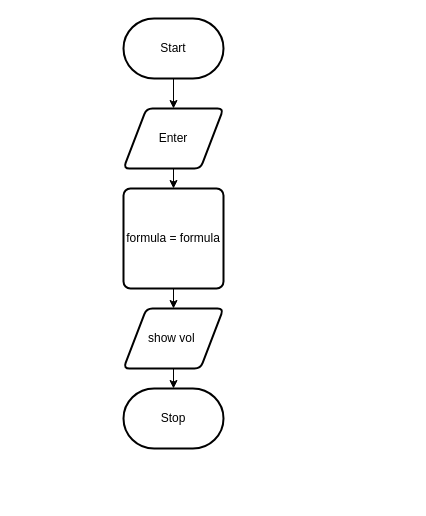
Above: design/flowchart.drawio in Johanna-liu16/ICS2O-Unit-5-05-JS (draw.io), before the change. Source tidied: cells renumbered, new cells numbered last; positions are measured from the earlier drawing's top-left corner, leaving out a move shared by most shapes. Both pictures are drawn from the tidied source at 100%, with x=0, y=0 at pixel (123, 18).
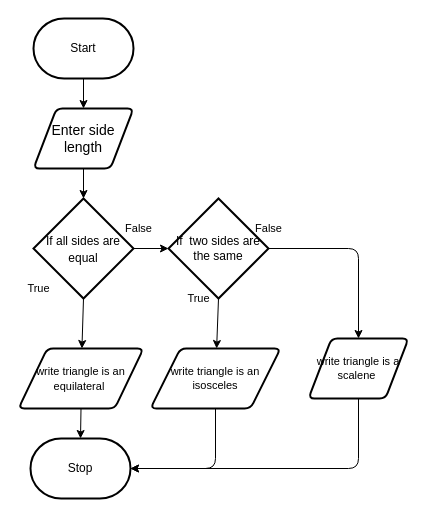
After the change.

The edit, as a diff of the source:
```diff
@@
     <mxCell id="3" value="Start" style="strokeWidth=2;html=1;shape=mxgraph.flowchart.terminator;whiteSpace=wrap;" parent="1" vertex="1">
-      <mxGeometry width="100" height="60" as="geometry" />
+      <mxGeometry x="-90" width="100" height="60" as="geometry" />
     </mxCell>
-    <mxCell id="4" style="edgeStyle=none;html=1;exitX=0.5;exitY=1;exitDx=0;exitDy=0;" parent="1" edge="1" source="5" target="7">
+    <mxCell id="4" style="edgeStyle=none;html=1;exitX=0.5;exitY=1;exitDx=0;exitDy=0;entryX=0.5;entryY=0;entryDx=0;entryDy=0;entryPerimeter=0;" parent="1" edge="1" source="5" target="13">
       <mxGeometry relative="1" as="geometry" />
     </mxCell>
-    <mxCell id="5" value="Enter" style="shape=parallelogram;html=1;strokeWidth=2;perimeter=parallelogramPerimeter;whiteSpace=wrap;rounded=1;arcSize=12;size=0.23;" parent="1" vertex="1">
-      <mxGeometry y="90" width="100" height="60" as="geometry" />
+    <mxCell id="5" value="&lt;font style=&quot;font-size: 14px&quot;&gt;Enter side length&lt;/font&gt;" style="shape=parallelogram;html=1;strokeWidth=2;perimeter=parallelogramPerimeter;whiteSpace=wrap;rounded=1;arcSize=12;size=0.23;" parent="1" vertex="1">
+      <mxGeometry x="-90" y="90" width="100" height="60" as="geometry" />
     </mxCell>
-    <mxCell id="6" style="edgeStyle=none;html=1;exitX=0.5;exitY=1;exitDx=0;exitDy=0;" parent="1" edge="1" source="7" target="9">
-      <mxGeometry relative="1" as="geometry" />
-    </mxCell>
-    <mxCell id="7" value="formula = formula" style="rounded=1;whiteSpace=wrap;html=1;absoluteArcSize=1;arcSize=14;strokeWidth=2;" parent="1" vertex="1">
-      <mxGeometry y="170" width="100" height="100" as="geometry" />
-    </mxCell>
@@
-    <mxCell id="9" value="show vol&amp;nbsp;" style="shape=parallelogram;html=1;strokeWidth=2;perimeter=parallelogramPerimeter;whiteSpace=wrap;rounded=1;arcSize=12;size=0.23;" parent="1" vertex="1">
-      <mxGeometry y="290" width="100" height="60" as="geometry" />
+    <mxCell id="9" value="&lt;font style=&quot;font-size: 11px&quot;&gt;write triangle is an equilateral&amp;nbsp;&lt;/font&gt;" style="shape=parallelogram;html=1;strokeWidth=2;perimeter=parallelogramPerimeter;whiteSpace=wrap;rounded=1;arcSize=12;size=0.23;" parent="1" vertex="1">
+      <mxGeometry x="-105" y="330" width="125" height="60" as="geometry" />
     </mxCell>
     <mxCell id="10" value="Stop" style="strokeWidth=2;html=1;shape=mxgraph.flowchart.terminator;whiteSpace=wrap;" parent="1" vertex="1">
-      <mxGeometry y="370" width="100" height="60" as="geometry" />
+      <mxGeometry x="-93" y="420" width="100" height="60" as="geometry" />
     </mxCell>
+    <mxCell id="11" style="edgeStyle=none;html=1;exitX=1;exitY=0.5;exitDx=0;exitDy=0;exitPerimeter=0;entryX=0;entryY=0.5;entryDx=0;entryDy=0;entryPerimeter=0;fontSize=12;" parent="1" edge="1" source="13" target="16">
+      <mxGeometry relative="1" as="geometry" />
+    </mxCell>
+    <mxCell id="12" style="edgeStyle=none;html=1;exitX=0.5;exitY=1;exitDx=0;exitDy=0;exitPerimeter=0;fontSize=11;" parent="1" edge="1" source="13" target="9">
+      <mxGeometry relative="1" as="geometry" />
+    </mxCell>
+    <mxCell id="13" value="&lt;font style=&quot;font-size: 12px&quot;&gt;If all sides are equal&lt;/font&gt;" style="strokeWidth=2;html=1;shape=mxgraph.flowchart.decision;whiteSpace=wrap;fontSize=14;" parent="1" vertex="1">
+      <mxGeometry x="-90" y="180" width="100" height="100" as="geometry" />
+    </mxCell>
+    <mxCell id="14" style="edgeStyle=none;html=1;exitX=0.5;exitY=1;exitDx=0;exitDy=0;exitPerimeter=0;fontSize=11;" parent="1" edge="1" source="16" target="18">
+      <mxGeometry relative="1" as="geometry" />
+    </mxCell>
+    <mxCell id="15" style="edgeStyle=none;html=1;exitX=1;exitY=0.5;exitDx=0;exitDy=0;exitPerimeter=0;fontSize=11;entryX=0.5;entryY=0;entryDx=0;entryDy=0;" parent="1" edge="1" source="16" target="20">
+      <mxGeometry relative="1" as="geometry">
+        <Array as="points">
+          <mxPoint x="235" y="230" />
+        </Array>
+      </mxGeometry>
+    </mxCell>
+    <mxCell id="16" value="If&amp;nbsp; two sides are the same" style="strokeWidth=2;html=1;shape=mxgraph.flowchart.decision;whiteSpace=wrap;fontSize=12;" parent="1" vertex="1">
+      <mxGeometry x="45" y="180" width="100" height="100" as="geometry" />
+    </mxCell>
+    <mxCell id="17" style="edgeStyle=none;html=1;exitX=0.5;exitY=1;exitDx=0;exitDy=0;fontSize=11;entryX=1;entryY=0.5;entryDx=0;entryDy=0;entryPerimeter=0;" parent="1" edge="1" source="18" target="10">
+      <mxGeometry relative="1" as="geometry">
+        <Array as="points">
+          <mxPoint x="92" y="450" />
+        </Array>
+      </mxGeometry>
+    </mxCell>
+    <mxCell id="18" value="write triangle is an isosceles" style="shape=parallelogram;html=1;strokeWidth=2;perimeter=parallelogramPerimeter;whiteSpace=wrap;rounded=1;arcSize=12;size=0.23;fontSize=11;" parent="1" vertex="1">
+      <mxGeometry x="27" y="330" width="130" height="60" as="geometry" />
+    </mxCell>
+    <mxCell id="19" style="edgeStyle=none;html=1;exitX=0.5;exitY=1;exitDx=0;exitDy=0;fontSize=11;" parent="1" edge="1" source="20" target="10">
+      <mxGeometry relative="1" as="geometry">
+        <Array as="points">
+          <mxPoint x="235" y="450" />
+        </Array>
+      </mxGeometry>
+    </mxCell>
+    <mxCell id="20" value="write triangle is a scalene&amp;nbsp;" style="shape=parallelogram;html=1;strokeWidth=2;perimeter=parallelogramPerimeter;whiteSpace=wrap;rounded=1;arcSize=12;size=0.23;fontSize=11;" parent="1" vertex="1">
+      <mxGeometry x="185" y="320" width="100" height="60" as="geometry" />
+    </mxCell>
+    <mxCell id="21" value="True" style="text;html=1;align=center;verticalAlign=middle;strokeColor=none;fillColor=none;fontSize=11;" parent="1" vertex="1">
+      <mxGeometry x="-105" y="260" width="40" height="20" as="geometry" />
+    </mxCell>
+    <mxCell id="22" value="False" style="text;html=1;align=center;verticalAlign=middle;strokeColor=none;fillColor=none;fontSize=11;" parent="1" vertex="1">
+      <mxGeometry x="-5" y="200" width="40" height="20" as="geometry" />
+    </mxCell>
+    <mxCell id="23" value="True" style="text;html=1;align=center;verticalAlign=middle;strokeColor=none;fillColor=none;fontSize=11;" parent="1" vertex="1">
+      <mxGeometry x="55" y="270" width="40" height="20" as="geometry" />
+    </mxCell>
+    <mxCell id="24" value="False" style="text;html=1;align=center;verticalAlign=middle;strokeColor=none;fillColor=none;fontSize=11;" parent="1" vertex="1">
+      <mxGeometry x="125" y="200" width="40" height="20" as="geometry" />
+    </mxCell>
```
